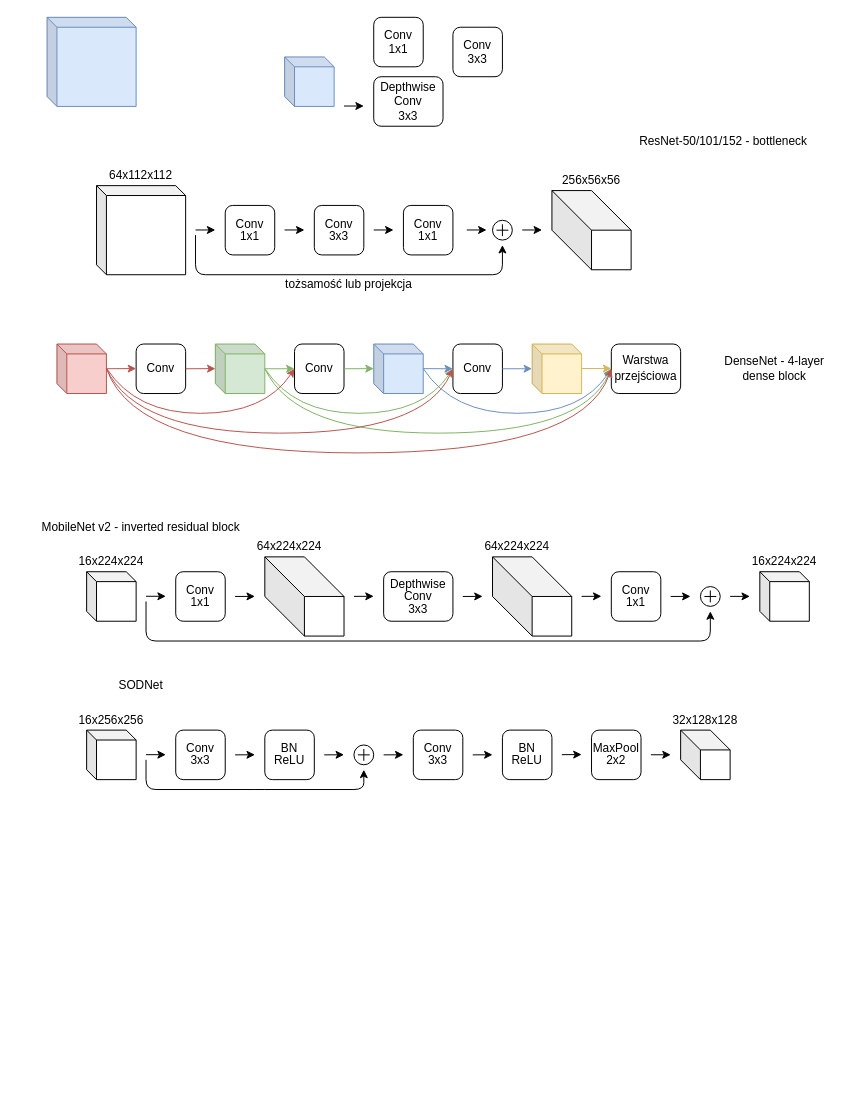
The draw.io diagram paper/2.clf_diagrams.drawio in mihawb/dnn-lang-comparison, before the edit. Source tidied: cells renumbered, new cells numbered last; positions are measured from the earlier drawing's top-left corner, leaving out a move shared by most shapes. Both pictures are drawn from the tidied source at 99%, with x=0, y=0 at pixel (27, 17).
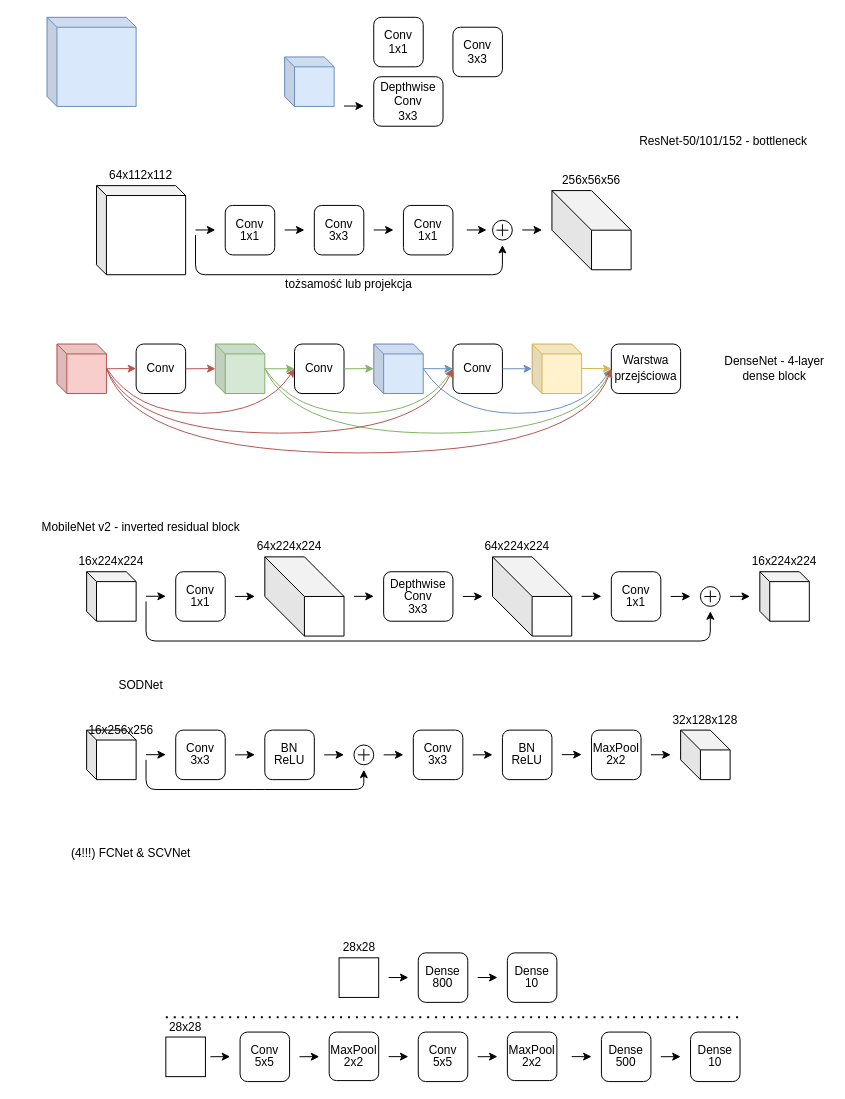
The same page after the edit.

Change to the diagram source:
```diff
@@
-    <mxCell id="98" value="16x256x256" style="text;html=1;strokeColor=none;fillColor=none;align=center;verticalAlign=middle;whiteSpace=wrap;rounded=0;" parent="1" vertex="1">
-      <mxGeometry x="35" y="700" width="100" height="20" as="geometry" />
-    </mxCell>
@@
+    <mxCell id="133" value="(4!!!) FCNet &amp;amp; SCVNet" style="text;html=1;strokeColor=none;fillColor=none;align=center;verticalAlign=middle;whiteSpace=wrap;rounded=0;" parent="1" vertex="1">
+      <mxGeometry x="-10" y="830" width="230" height="30" as="geometry" />
+    </mxCell>
+    <mxCell id="134" value="16x256x256" style="text;html=1;strokeColor=none;fillColor=none;align=center;verticalAlign=middle;whiteSpace=wrap;rounded=0;" parent="1" vertex="1">
+      <mxGeometry x="45" y="710" width="100" height="20" as="geometry" />
+    </mxCell>
+    <mxCell id="98" value="28x28" style="text;html=1;strokeColor=none;fillColor=none;align=center;verticalAlign=middle;whiteSpace=wrap;rounded=0;" parent="1" vertex="1">
+      <mxGeometry x="303.8" y="930" width="62.5" height="20" as="geometry" />
+    </mxCell>
+    <mxCell id="135" style="whiteSpace=wrap;html=1;" parent="1" vertex="1">
+      <mxGeometry x="315" y="950" width="40" height="40" as="geometry" />
+    </mxCell>
+    <mxCell id="136" style="group;" parent="1" vertex="1">
+      <mxGeometry x="395" y="945" width="50" height="50" as="geometry" />
+    </mxCell>
+    <mxCell id="137" style="rounded=1;whiteSpace=wrap;html=1;" parent="136" vertex="1">
+      <mxGeometry width="50" height="50" as="geometry" />
+    </mxCell>
+    <mxCell id="138" style="group;" parent="136" vertex="1">
+      <mxGeometry y="10" width="50" height="30" as="geometry" />
+    </mxCell>
+    <mxCell id="139" value="800" style="text;html=1;strokeColor=none;fillColor=none;align=center;verticalAlign=middle;whiteSpace=wrap;rounded=0;" parent="138" vertex="1">
+      <mxGeometry y="12.9" width="50" height="17.1" as="geometry" />
+    </mxCell>
+    <mxCell id="140" value="Dense" style="text;html=1;strokeColor=none;fillColor=none;align=center;verticalAlign=middle;whiteSpace=wrap;rounded=0;" parent="138" vertex="1">
+      <mxGeometry width="50" height="17.1" as="geometry" />
+    </mxCell>
+    <mxCell id="141" style="endArrow=classic;html=1;rounded=0;" parent="1" edge="1">
+      <mxGeometry relative="1" as="geometry">
+        <mxPoint x="365" y="969.9" as="sourcePoint" />
+        <mxPoint x="385" y="969.9" as="targetPoint" />
+      </mxGeometry>
+    </mxCell>
+    <mxCell id="142" style="endArrow=classic;html=1;rounded=0;" parent="1" edge="1">
+      <mxGeometry relative="1" as="geometry">
+        <mxPoint x="455" y="969.9" as="sourcePoint" />
+        <mxPoint x="475" y="969.9" as="targetPoint" />
+      </mxGeometry>
+    </mxCell>
+    <mxCell id="143" style="group;" parent="1" vertex="1">
+      <mxGeometry x="485" y="945" width="50" height="50" as="geometry" />
+    </mxCell>
+    <mxCell id="144" style="rounded=1;whiteSpace=wrap;html=1;" parent="143" vertex="1">
+      <mxGeometry width="50" height="50" as="geometry" />
+    </mxCell>
+    <mxCell id="145" style="group;" parent="143" vertex="1">
+      <mxGeometry y="10" width="50" height="30" as="geometry" />
+    </mxCell>
+    <mxCell id="146" value="10" style="text;html=1;strokeColor=none;fillColor=none;align=center;verticalAlign=middle;whiteSpace=wrap;rounded=0;" parent="145" vertex="1">
+      <mxGeometry y="12.9" width="50" height="17.1" as="geometry" />
+    </mxCell>
+    <mxCell id="147" value="Dense" style="text;html=1;strokeColor=none;fillColor=none;align=center;verticalAlign=middle;whiteSpace=wrap;rounded=0;" parent="145" vertex="1">
+      <mxGeometry width="50" height="17.1" as="geometry" />
+    </mxCell>
+    <mxCell id="148" style="whiteSpace=wrap;html=1;" parent="1" vertex="1">
+      <mxGeometry x="140" y="1030" width="40" height="40" as="geometry" />
+    </mxCell>
+    <mxCell id="149" style="group;" parent="1" vertex="1">
+      <mxGeometry x="215" y="1025" width="50" height="50" as="geometry" />
+    </mxCell>
+    <mxCell id="150" style="rounded=1;whiteSpace=wrap;html=1;" parent="149" vertex="1">
+      <mxGeometry width="50" height="50" as="geometry" />
+    </mxCell>
+    <mxCell id="151" style="group;" parent="149" vertex="1">
+      <mxGeometry y="10" width="50" height="30" as="geometry" />
+    </mxCell>
+    <mxCell id="152" value="5x5" style="text;html=1;strokeColor=none;fillColor=none;align=center;verticalAlign=middle;whiteSpace=wrap;rounded=0;" parent="151" vertex="1">
+      <mxGeometry y="12.9" width="50" height="17.1" as="geometry" />
+    </mxCell>
+    <mxCell id="153" value="Conv" style="text;html=1;strokeColor=none;fillColor=none;align=center;verticalAlign=middle;whiteSpace=wrap;rounded=0;" parent="151" vertex="1">
+      <mxGeometry width="50" height="17.1" as="geometry" />
+    </mxCell>
+    <mxCell id="154" style="endArrow=classic;html=1;rounded=0;" parent="1" edge="1">
+      <mxGeometry relative="1" as="geometry">
+        <mxPoint x="185" y="1049.9" as="sourcePoint" />
+        <mxPoint x="205" y="1049.8" as="targetPoint" />
+      </mxGeometry>
+    </mxCell>
+    <mxCell id="155" style="endArrow=classic;html=1;rounded=0;" parent="1" edge="1">
+      <mxGeometry relative="1" as="geometry">
+        <mxPoint x="275" y="1049.9" as="sourcePoint" />
+        <mxPoint x="295" y="1049.8" as="targetPoint" />
+      </mxGeometry>
+    </mxCell>
+    <mxCell id="156" style="group;" parent="1" vertex="1">
+      <mxGeometry x="305" y="1025" width="70" height="50" as="geometry" />
+    </mxCell>
+    <mxCell id="157" style="rounded=1;whiteSpace=wrap;html=1;" parent="156" vertex="1">
+      <mxGeometry width="50" height="49" as="geometry" />
+    </mxCell>
+    <mxCell id="158" style="group;" parent="156" vertex="1">
+      <mxGeometry y="10" width="70" height="30" as="geometry" />
+    </mxCell>
+    <mxCell id="159" value="2x2" style="text;html=1;strokeColor=none;fillColor=none;align=center;verticalAlign=middle;whiteSpace=wrap;rounded=0;" parent="158" vertex="1">
+      <mxGeometry y="12.9" width="50" height="17.1" as="geometry" />
+    </mxCell>
+    <mxCell id="160" value="MaxPool" style="text;html=1;strokeColor=none;fillColor=none;align=center;verticalAlign=middle;whiteSpace=wrap;rounded=0;" parent="158" vertex="1">
+      <mxGeometry x="-10" width="70" height="17.1" as="geometry" />
+    </mxCell>
+    <mxCell id="161" style="endArrow=classic;html=1;rounded=0;" parent="1" edge="1">
+      <mxGeometry relative="1" as="geometry">
+        <mxPoint x="365" y="1049.8" as="sourcePoint" />
+        <mxPoint x="385" y="1049.8" as="targetPoint" />
+      </mxGeometry>
+    </mxCell>
+    <mxCell id="162" style="group;" parent="1" vertex="1">
+      <mxGeometry x="395" y="1025" width="50" height="50" as="geometry" />
+    </mxCell>
+    <mxCell id="163" style="rounded=1;whiteSpace=wrap;html=1;" parent="162" vertex="1">
+      <mxGeometry width="50" height="50" as="geometry" />
+    </mxCell>
+    <mxCell id="164" style="group;" parent="162" vertex="1">
+      <mxGeometry y="10" width="50" height="30" as="geometry" />
+    </mxCell>
+    <mxCell id="165" value="5x5" style="text;html=1;strokeColor=none;fillColor=none;align=center;verticalAlign=middle;whiteSpace=wrap;rounded=0;" parent="164" vertex="1">
+      <mxGeometry y="12.9" width="50" height="17.1" as="geometry" />
+    </mxCell>
+    <mxCell id="166" value="Conv" style="text;html=1;strokeColor=none;fillColor=none;align=center;verticalAlign=middle;whiteSpace=wrap;rounded=0;" parent="164" vertex="1">
+      <mxGeometry width="50" height="17.1" as="geometry" />
+    </mxCell>
+    <mxCell id="167" style="endArrow=classic;html=1;rounded=0;" parent="1" edge="1">
+      <mxGeometry relative="1" as="geometry">
+        <mxPoint x="455" y="1049.9" as="sourcePoint" />
+        <mxPoint x="475" y="1049.8" as="targetPoint" />
+      </mxGeometry>
+    </mxCell>
+    <mxCell id="168" style="group;" parent="1" vertex="1">
+      <mxGeometry x="485" y="1025" width="70" height="50" as="geometry" />
+    </mxCell>
+    <mxCell id="169" style="rounded=1;whiteSpace=wrap;html=1;" parent="168" vertex="1">
+      <mxGeometry width="50" height="49" as="geometry" />
+    </mxCell>
+    <mxCell id="170" style="group;" parent="168" vertex="1">
+      <mxGeometry y="10" width="70" height="30" as="geometry" />
+    </mxCell>
+    <mxCell id="171" value="2x2" style="text;html=1;strokeColor=none;fillColor=none;align=center;verticalAlign=middle;whiteSpace=wrap;rounded=0;" parent="170" vertex="1">
+      <mxGeometry y="12.9" width="50" height="17.1" as="geometry" />
+    </mxCell>
+    <mxCell id="172" value="MaxPool" style="text;html=1;strokeColor=none;fillColor=none;align=center;verticalAlign=middle;whiteSpace=wrap;rounded=0;" parent="170" vertex="1">
+      <mxGeometry x="-10" width="70" height="17.1" as="geometry" />
+    </mxCell>
+    <mxCell id="173" style="group;" parent="1" vertex="1">
+      <mxGeometry x="580" y="1025" width="50" height="50" as="geometry" />
+    </mxCell>
+    <mxCell id="174" style="rounded=1;whiteSpace=wrap;html=1;" parent="173" vertex="1">
+      <mxGeometry width="50" height="50" as="geometry" />
+    </mxCell>
+    <mxCell id="175" style="group;" parent="173" vertex="1">
+      <mxGeometry y="10" width="50" height="30" as="geometry" />
+    </mxCell>
+    <mxCell id="176" value="500" style="text;html=1;strokeColor=none;fillColor=none;align=center;verticalAlign=middle;whiteSpace=wrap;rounded=0;" parent="175" vertex="1">
+      <mxGeometry y="12.9" width="50" height="17.1" as="geometry" />
+    </mxCell>
+    <mxCell id="177" value="Dense" style="text;html=1;strokeColor=none;fillColor=none;align=center;verticalAlign=middle;whiteSpace=wrap;rounded=0;" parent="175" vertex="1">
+      <mxGeometry width="50" height="17.1" as="geometry" />
+    </mxCell>
+    <mxCell id="178" style="endArrow=classic;html=1;rounded=0;" parent="1" edge="1">
+      <mxGeometry relative="1" as="geometry">
+        <mxPoint x="550" y="1049.8" as="sourcePoint" />
+        <mxPoint x="570" y="1049.8" as="targetPoint" />
+      </mxGeometry>
+    </mxCell>
+    <mxCell id="179" style="endArrow=classic;html=1;rounded=0;" parent="1" edge="1">
+      <mxGeometry relative="1" as="geometry">
+        <mxPoint x="640" y="1049.9" as="sourcePoint" />
+        <mxPoint x="660" y="1049.8" as="targetPoint" />
+      </mxGeometry>
+    </mxCell>
+    <mxCell id="180" style="group;" parent="1" vertex="1">
+      <mxGeometry x="670" y="1025" width="50" height="50" as="geometry" />
+    </mxCell>
+    <mxCell id="181" style="rounded=1;whiteSpace=wrap;html=1;" parent="180" vertex="1">
+      <mxGeometry width="50" height="50" as="geometry" />
+    </mxCell>
+    <mxCell id="182" style="group;" parent="180" vertex="1">
+      <mxGeometry y="10" width="50" height="30" as="geometry" />
+    </mxCell>
+    <mxCell id="183" value="10" style="text;html=1;strokeColor=none;fillColor=none;align=center;verticalAlign=middle;whiteSpace=wrap;rounded=0;" parent="182" vertex="1">
+      <mxGeometry y="12.9" width="50" height="17.1" as="geometry" />
+    </mxCell>
+    <mxCell id="184" value="Dense" style="text;html=1;strokeColor=none;fillColor=none;align=center;verticalAlign=middle;whiteSpace=wrap;rounded=0;" parent="182" vertex="1">
+      <mxGeometry width="50" height="17.1" as="geometry" />
+    </mxCell>
+    <mxCell id="185" value="28x28" style="text;html=1;strokeColor=none;fillColor=none;align=center;verticalAlign=middle;whiteSpace=wrap;rounded=0;" parent="1" vertex="1">
+      <mxGeometry x="140" y="1010" width="40" height="20" as="geometry" />
+    </mxCell>
+    <mxCell id="186" style="endArrow=none;dashed=1;html=1;dashPattern=1 3;strokeWidth=2;rounded=0;exitX=0;exitY=0;exitDx=0;exitDy=0;" parent="1" edge="1" source="185">
+      <mxGeometry relative="1" as="geometry">
+        <mxPoint x="720" y="1010" as="targetPoint" />
+      </mxGeometry>
+    </mxCell>
```
